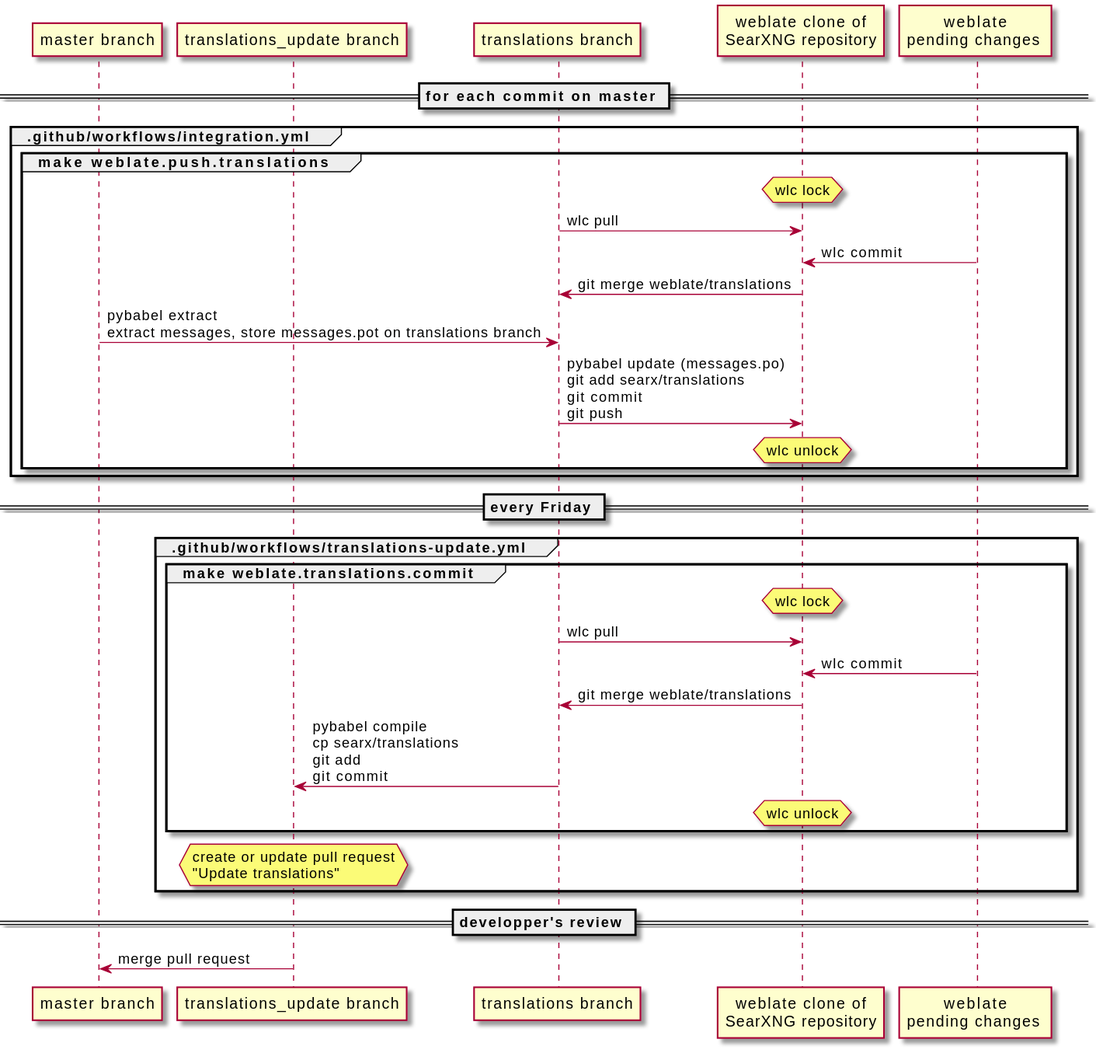
searxng/searxng keeps this PlantUML diagram as docs/dev/translation.svg. Above is the earlier version.
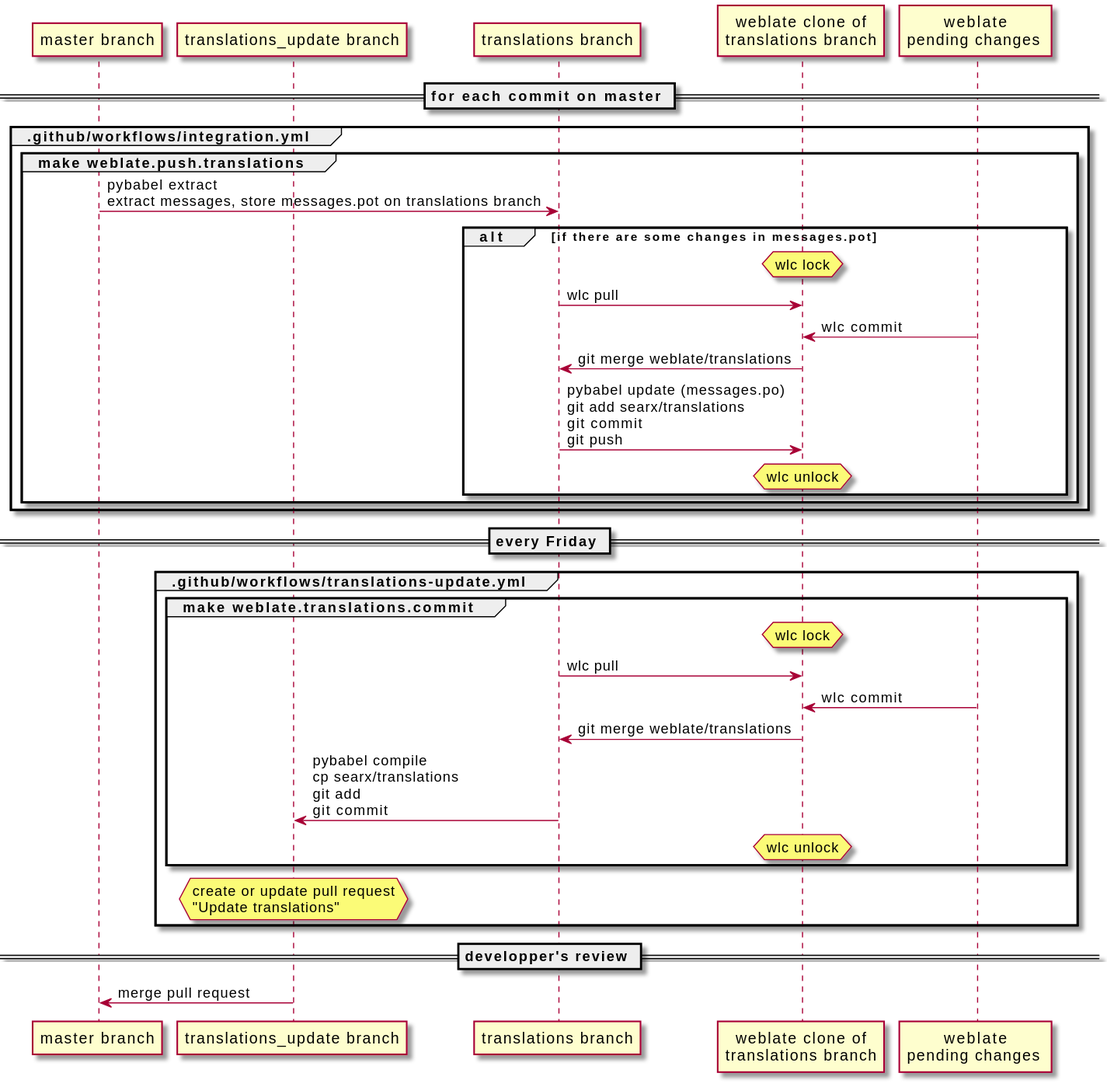
Above is the later version.

Commit message:
[fix] translation: lock weblate only when there is an actual change of messages.pot

Close #290

What changed in the source:
```diff
@@ -9,13 +9,15 @@
 
 group .github/workflows/integration.yml
   group make weblate.push.translations
-    hnote over weblate : wlc lock
-    translations -> weblate: wlc pull
-    weblate_change -> weblate: wlc commit
-    weblate -> translations: git merge weblate/translations
     master -> translations: pybabel extract\nextract messages, store messages.pot on translations branch
-    translations -> weblate: pybabel update (messages.po)\ngit add searx/translations\ngit commit\ngit push
-    hnote over weblate : wlc unlock
+    alt if there are some changes in messages.pot
+      hnote over weblate : wlc lock
+      translations -> weblate: wlc pull
+      weblate_change -> weblate: wlc commit
+      weblate -> translations: git merge weblate/translations
+      translations -> weblate: pybabel update (messages.po)\ngit add searx/translations\ngit commit\ngit push
+      hnote over weblate : wlc unlock
+    end
   end
 end
 
```
